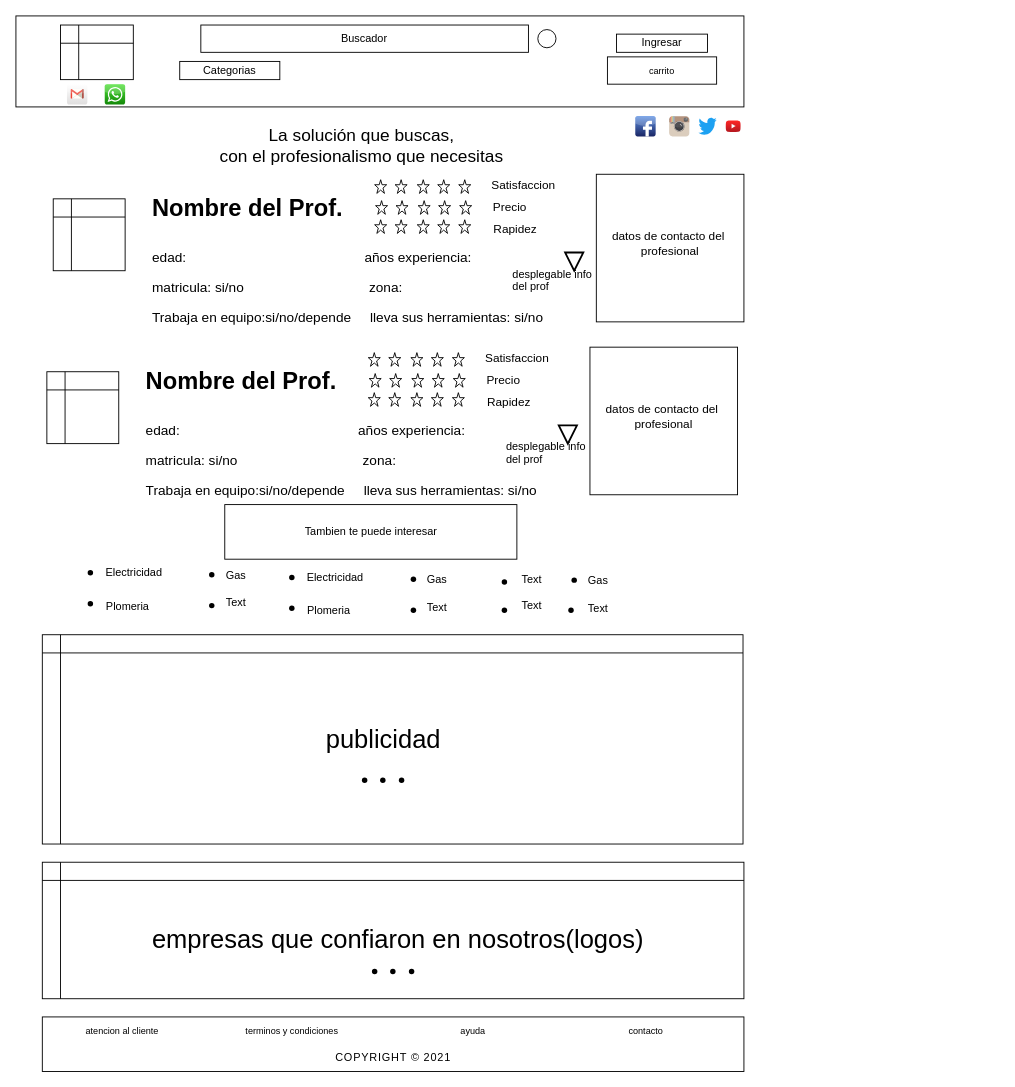
Earlier version of the draw.io diagram page "carritoDeCompras" (5 of 5) of Proyecto.drawio (LeonelNardo/Ejercitacion). Source tidied: cells renumbered, new cells numbered last; positions are measured from the earlier drawing's top-left corner, leaving out a move shared by most shapes. Both pictures are drawn from the tidied source at 91%, with x=0, y=0 at pixel (15, 15).
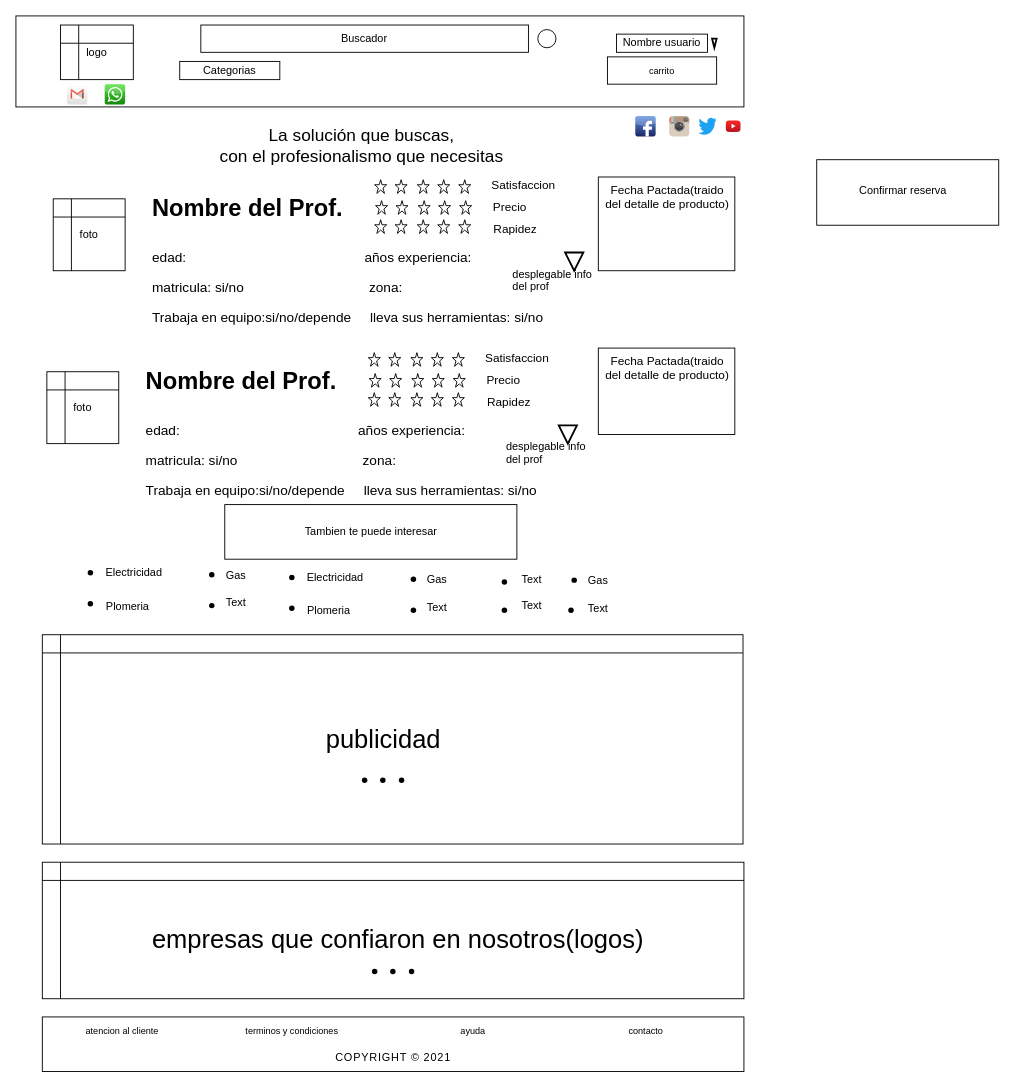
The same diagram, later.

What changed in the source:
```diff
@@
-    <mxCell id="2" style="whiteSpace=wrap;html=1;fontSize=13;fontColor=#000000;strokeWidth=1;" parent="1" vertex="1">
-      <mxGeometry x="637.8" y="174" width="162.2" height="162.2" as="geometry" />
-    </mxCell>
+    <mxCell id="107" style="rounded=0;whiteSpace=wrap;html=1;" parent="1" vertex="1">
+      <mxGeometry x="640" y="177" width="150" height="103" as="geometry" />
+    </mxCell>
@@
-    <mxCell id="5" style="shape=internalStorage;whiteSpace=wrap;html=1;backgroundOutline=1;" parent="1" vertex="1">
+    <mxCell id="5" value="logo" style="shape=internalStorage;whiteSpace=wrap;html=1;backgroundOutline=1;" parent="1" vertex="1">
       <mxGeometry x="49" y="10" width="80" height="60" as="geometry" />
     </mxCell>
@@
-    <mxCell id="7" value="Ingresar" style="whiteSpace=wrap;html=1;align=center;newEdgeStyle={&quot;edgeStyle&quot;:&quot;elbowEdgeStyle&quot;,&quot;startArrow&quot;:&quot;none&quot;,&quot;endArrow&quot;:&quot;none&quot;};" parent="1" vertex="1">
+    <mxCell id="7" value="Nombre usuario" style="whiteSpace=wrap;html=1;align=center;newEdgeStyle={&quot;edgeStyle&quot;:&quot;elbowEdgeStyle&quot;,&quot;startArrow&quot;:&quot;none&quot;,&quot;endArrow&quot;:&quot;none&quot;};" parent="1" vertex="1">
       <mxGeometry x="660" y="20" width="100" height="20" as="geometry" />
     </mxCell>
@@
-    <mxCell id="60" style="shape=internalStorage;whiteSpace=wrap;html=1;backgroundOutline=1;" parent="1" vertex="1">
+    <mxCell id="60" value="foto" style="shape=internalStorage;whiteSpace=wrap;html=1;backgroundOutline=1;" parent="1" vertex="1">
       <mxGeometry x="41" y="201" width="79" height="79" as="geometry" />
     </mxCell>
@@
-    <mxCell id="82" value="datos de contacto del&amp;nbsp;&lt;br&gt;profesional" style="text;html=1;strokeColor=none;fillColor=none;align=center;verticalAlign=middle;whiteSpace=wrap;rounded=0;fontSize=13;fontColor=#000000;" parent="1" vertex="1">
-      <mxGeometry x="648.9" y="224" width="140" height="52" as="geometry" />
-    </mxCell>
-    <mxCell id="83" style="whiteSpace=wrap;html=1;fontSize=13;fontColor=#000000;strokeWidth=1;" parent="1" vertex="1">
-      <mxGeometry x="630.8" y="364" width="162.2" height="162.2" as="geometry" />
-    </mxCell>
-    <mxCell id="84" style="shape=internalStorage;whiteSpace=wrap;html=1;backgroundOutline=1;" parent="1" vertex="1">
+    <mxCell id="84" value="foto" style="shape=internalStorage;whiteSpace=wrap;html=1;backgroundOutline=1;" parent="1" vertex="1">
       <mxGeometry x="34" y="391" width="79" height="79" as="geometry" />
     </mxCell>
@@
-    <mxCell id="106" value="datos de contacto del&amp;nbsp;&lt;br&gt;profesional" style="text;html=1;strokeColor=none;fillColor=none;align=center;verticalAlign=middle;whiteSpace=wrap;rounded=0;fontSize=13;fontColor=#000000;" parent="1" vertex="1">
-      <mxGeometry x="641.9" y="414" width="140" height="52" as="geometry" />
-    </mxCell>
+    <mxCell id="108" value="Fecha Pactada(traido del detalle de producto)" style="text;html=1;strokeColor=none;fillColor=none;align=center;verticalAlign=middle;whiteSpace=wrap;rounded=0;fontSize=13;fontColor=#000000;" parent="1" vertex="1">
+      <mxGeometry x="646" y="177" width="140" height="44" as="geometry" />
+    </mxCell>
+    <mxCell id="109" style="rounded=0;whiteSpace=wrap;html=1;" parent="1" vertex="1">
+      <mxGeometry x="640" y="365" width="150" height="95" as="geometry" />
+    </mxCell>
+    <mxCell id="110" value="Fecha Pactada(traido del detalle de producto)" style="text;html=1;strokeColor=none;fillColor=none;align=center;verticalAlign=middle;whiteSpace=wrap;rounded=0;fontSize=13;fontColor=#000000;" parent="1" vertex="1">
+      <mxGeometry x="646" y="365" width="140" height="44" as="geometry" />
+    </mxCell>
+    <mxCell id="111" style="rounded=0;whiteSpace=wrap;html=1;" parent="1" vertex="1">
+      <mxGeometry x="880" y="158" width="200" height="72" as="geometry" />
+    </mxCell>
+    <mxCell id="112" value="Confirmar reserva" style="text;html=1;strokeColor=none;fillColor=none;align=center;verticalAlign=middle;whiteSpace=wrap;rounded=0;" parent="1" vertex="1">
+      <mxGeometry x="890" y="177" width="170" height="30" as="geometry" />
+    </mxCell>
+    <mxCell id="113" style="verticalLabelPosition=bottom;verticalAlign=top;html=1;strokeWidth=2;shape=mxgraph.arrows2.arrow;dy=0.6;dx=40;notch=0;fontSize=13;fontColor=#000000;rotation=90;" parent="1" vertex="1">
+      <mxGeometry x="762.5" y="27.5" width="10" height="5" as="geometry" />
+    </mxCell>
```
